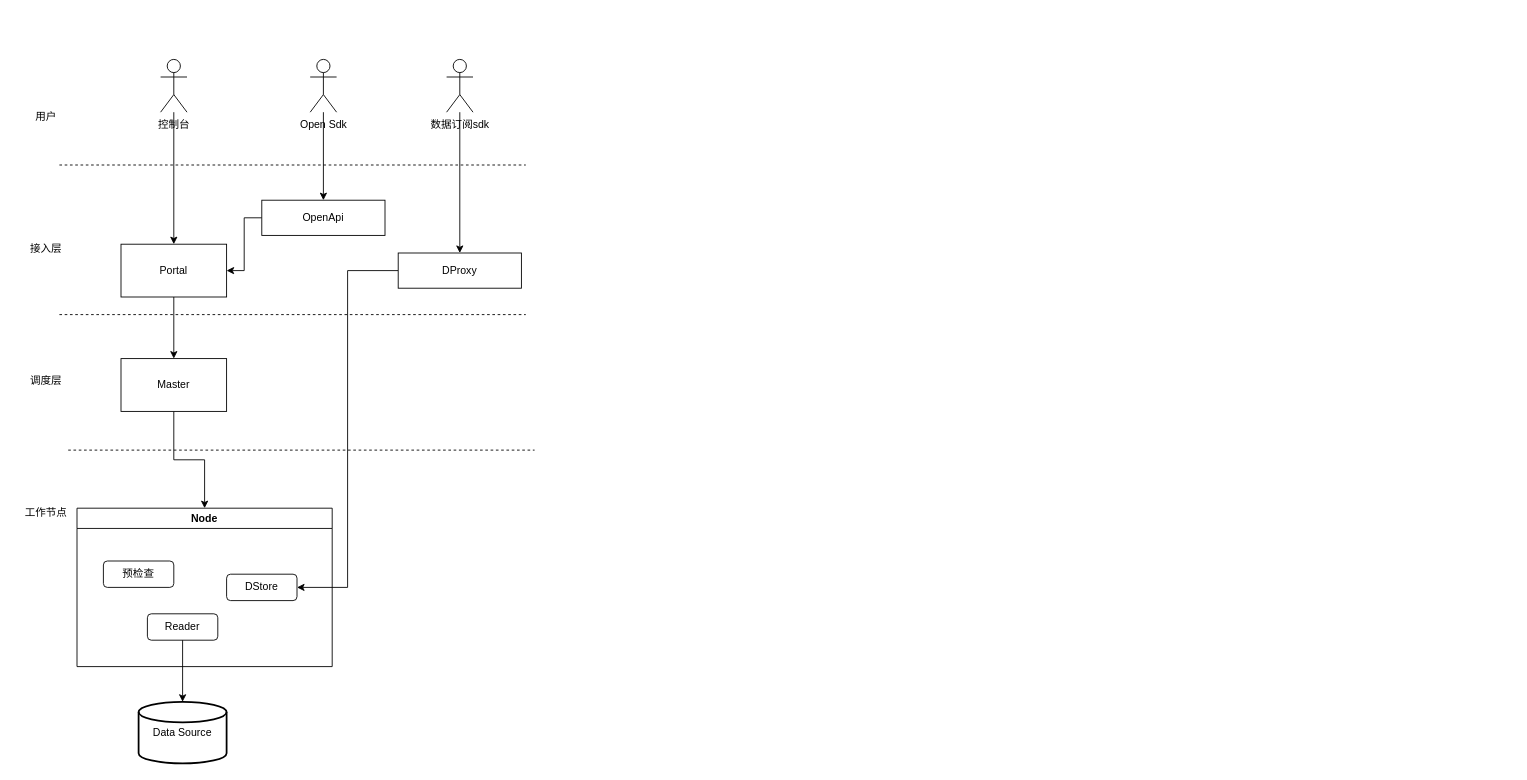
Dkner/py_shell keeps this draw.io diagram as Dts Diagram.drawio. Above is the earlier version. Source tidied: cells renumbered, new cells numbered last; positions are measured from the earlier drawing's top-left corner, leaving out a move shared by most shapes. Both pictures are drawn from the tidied source at 88%, with x=0, y=0 at pixel (15, 59).
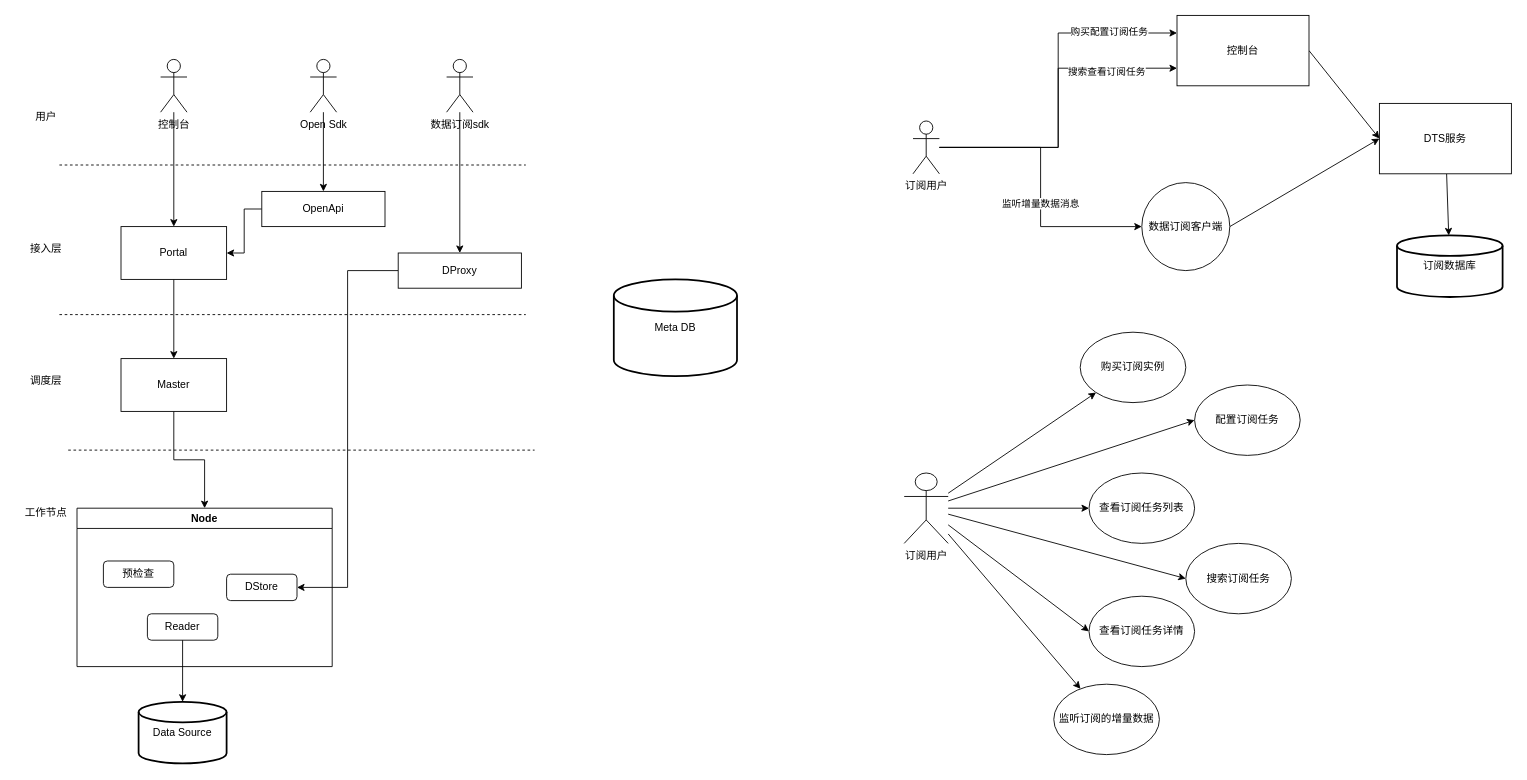
The same page after the edit.

Diff of the diagram source:
```diff
@@
     <mxCell id="5" value="Portal" style="rounded=0;whiteSpace=wrap;html=1;" parent="1" vertex="1">
-      <mxGeometry x="120" y="210" width="120" height="60" as="geometry" />
+      <mxGeometry x="120" y="190" width="120" height="60" as="geometry" />
     </mxCell>
@@
     <mxCell id="7" value="OpenApi" style="rounded=0;whiteSpace=wrap;html=1;" parent="1" vertex="1">
-      <mxGeometry x="280" y="160" width="140" height="40" as="geometry" />
+      <mxGeometry x="280" y="150" width="140" height="40" as="geometry" />
     </mxCell>
@@
+    <mxCell id="29" value="Meta DB" style="strokeWidth=2;html=1;shape=mxgraph.flowchart.database;whiteSpace=wrap;" parent="1" vertex="1">
+      <mxGeometry x="680" y="250" width="140" height="110" as="geometry" />
+    </mxCell>
+    <mxCell id="30" style="edgeStyle=orthogonalEdgeStyle;rounded=0;jettySize=auto;html=1;entryX=0;entryY=0.75;entryDx=0;entryDy=0;" parent="1" edge="1" source="36" target="38">
+      <mxGeometry relative="1" as="geometry" />
+    </mxCell>
+    <mxCell id="31" value="搜索查看订阅任务" style="edgeLabel;html=1;align=center;verticalAlign=middle;" parent="30" vertex="1">
+      <mxGeometry x="0.55" y="-3" relative="1" as="geometry" />
+    </mxCell>
+    <mxCell id="32" style="edgeStyle=orthogonalEdgeStyle;rounded=0;jettySize=auto;html=1;entryX=0;entryY=0.25;entryDx=0;entryDy=0;" parent="1" edge="1" source="36" target="38">
+      <mxGeometry relative="1" as="geometry" />
+    </mxCell>
+    <mxCell id="33" value="购买配置订阅任务" style="edgeLabel;html=1;align=center;verticalAlign=middle;" parent="32" vertex="1">
+      <mxGeometry x="0.61" y="2" relative="1" as="geometry" />
+    </mxCell>
+    <mxCell id="34" style="edgeStyle=orthogonalEdgeStyle;rounded=0;jettySize=auto;html=1;entryX=0;entryY=0.5;entryDx=0;entryDy=0;" parent="1" edge="1" source="36" target="40">
+      <mxGeometry relative="1" as="geometry" />
+    </mxCell>
+    <mxCell id="35" value="监听增量数据消息" style="edgeLabel;html=1;align=center;verticalAlign=middle;" parent="34" vertex="1">
+      <mxGeometry x="0.11" y="-1" relative="1" as="geometry" />
+    </mxCell>
+    <mxCell id="36" value="订阅用户" style="shape=umlActor;verticalLabelPosition=bottom;verticalAlign=top;html=1;outlineConnect=0;" parent="1" vertex="1">
+      <mxGeometry x="1020" y="70" width="30" height="60" as="geometry" />
+    </mxCell>
+    <mxCell id="37" style="edgeStyle=none;rounded=0;jettySize=auto;html=1;exitX=1;exitY=0.5;exitDx=0;exitDy=0;entryX=0;entryY=0.5;entryDx=0;entryDy=0;" parent="1" edge="1" source="38" target="55">
+      <mxGeometry relative="1" as="geometry" />
+    </mxCell>
+    <mxCell id="38" value="控制台" style="rounded=0;whiteSpace=wrap;html=1;" parent="1" vertex="1">
+      <mxGeometry x="1320" y="-50" width="150" height="80" as="geometry" />
+    </mxCell>
+    <mxCell id="39" style="edgeStyle=none;rounded=0;jettySize=auto;html=1;exitX=1;exitY=0.5;exitDx=0;exitDy=0;entryX=0;entryY=0.5;entryDx=0;entryDy=0;" parent="1" edge="1" source="40" target="55">
+      <mxGeometry relative="1" as="geometry" />
+    </mxCell>
+    <mxCell id="40" value="数据订阅客户端" style="ellipse;whiteSpace=wrap;html=1;" parent="1" vertex="1">
+      <mxGeometry x="1280" y="140" width="100" height="100" as="geometry" />
+    </mxCell>
+    <mxCell id="41" value="购买订阅实例" style="ellipse;whiteSpace=wrap;html=1;" parent="1" vertex="1">
+      <mxGeometry x="1210" y="310" width="120" height="80" as="geometry" />
+    </mxCell>
+    <mxCell id="42" style="rounded=0;jettySize=auto;html=1;" parent="1" edge="1" source="48" target="41">
+      <mxGeometry relative="1" as="geometry" />
+    </mxCell>
+    <mxCell id="43" style="edgeStyle=none;rounded=0;jettySize=auto;html=1;entryX=0;entryY=0.5;entryDx=0;entryDy=0;" parent="1" edge="1" source="48" target="49">
+      <mxGeometry relative="1" as="geometry" />
+    </mxCell>
+    <mxCell id="44" style="edgeStyle=none;rounded=0;jettySize=auto;html=1;entryX=0;entryY=0.5;entryDx=0;entryDy=0;" parent="1" edge="1" source="48" target="50">
+      <mxGeometry relative="1" as="geometry" />
+    </mxCell>
+    <mxCell id="45" style="edgeStyle=none;rounded=0;jettySize=auto;html=1;entryX=0;entryY=0.5;entryDx=0;entryDy=0;" parent="1" edge="1" source="48" target="51">
+      <mxGeometry relative="1" as="geometry" />
+    </mxCell>
+    <mxCell id="46" style="edgeStyle=none;rounded=0;jettySize=auto;html=1;entryX=0;entryY=0.5;entryDx=0;entryDy=0;" parent="1" edge="1" source="48" target="52">
+      <mxGeometry relative="1" as="geometry" />
+    </mxCell>
+    <mxCell id="47" style="edgeStyle=none;rounded=0;jettySize=auto;html=1;" parent="1" edge="1" source="48" target="53">
+      <mxGeometry relative="1" as="geometry" />
+    </mxCell>
+    <mxCell id="48" value="订阅用户" style="shape=umlActor;verticalLabelPosition=bottom;verticalAlign=top;html=1;outlineConnect=0;" parent="1" vertex="1">
+      <mxGeometry x="1010" y="470" width="50" height="80" as="geometry" />
+    </mxCell>
+    <mxCell id="49" value="配置订阅任务" style="ellipse;whiteSpace=wrap;html=1;" parent="1" vertex="1">
+      <mxGeometry x="1340" y="370" width="120" height="80" as="geometry" />
+    </mxCell>
+    <mxCell id="50" value="查看订阅任务列表" style="ellipse;whiteSpace=wrap;html=1;" parent="1" vertex="1">
+      <mxGeometry x="1220" y="470" width="120" height="80" as="geometry" />
+    </mxCell>
+    <mxCell id="51" value="搜索订阅任务" style="ellipse;whiteSpace=wrap;html=1;" parent="1" vertex="1">
+      <mxGeometry x="1330" y="550" width="120" height="80" as="geometry" />
+    </mxCell>
+    <mxCell id="52" value="查看订阅任务详情" style="ellipse;whiteSpace=wrap;html=1;" parent="1" vertex="1">
+      <mxGeometry x="1220" y="610" width="120" height="80" as="geometry" />
+    </mxCell>
+    <mxCell id="53" value="监听订阅的增量数据" style="ellipse;whiteSpace=wrap;html=1;" parent="1" vertex="1">
+      <mxGeometry x="1180" y="710" width="120" height="80" as="geometry" />
+    </mxCell>
+    <mxCell id="54" style="edgeStyle=none;rounded=0;jettySize=auto;html=1;" parent="1" edge="1" source="55" target="56">
+      <mxGeometry relative="1" as="geometry" />
+    </mxCell>
+    <mxCell id="55" value="DTS服务" style="rounded=0;whiteSpace=wrap;html=1;" parent="1" vertex="1">
+      <mxGeometry x="1550" y="50" width="150" height="80" as="geometry" />
+    </mxCell>
+    <mxCell id="56" value="订阅数据库" style="strokeWidth=2;html=1;shape=mxgraph.flowchart.database;whiteSpace=wrap;" parent="1" vertex="1">
+      <mxGeometry x="1570" y="200" width="120" height="70" as="geometry" />
+    </mxCell>
```
